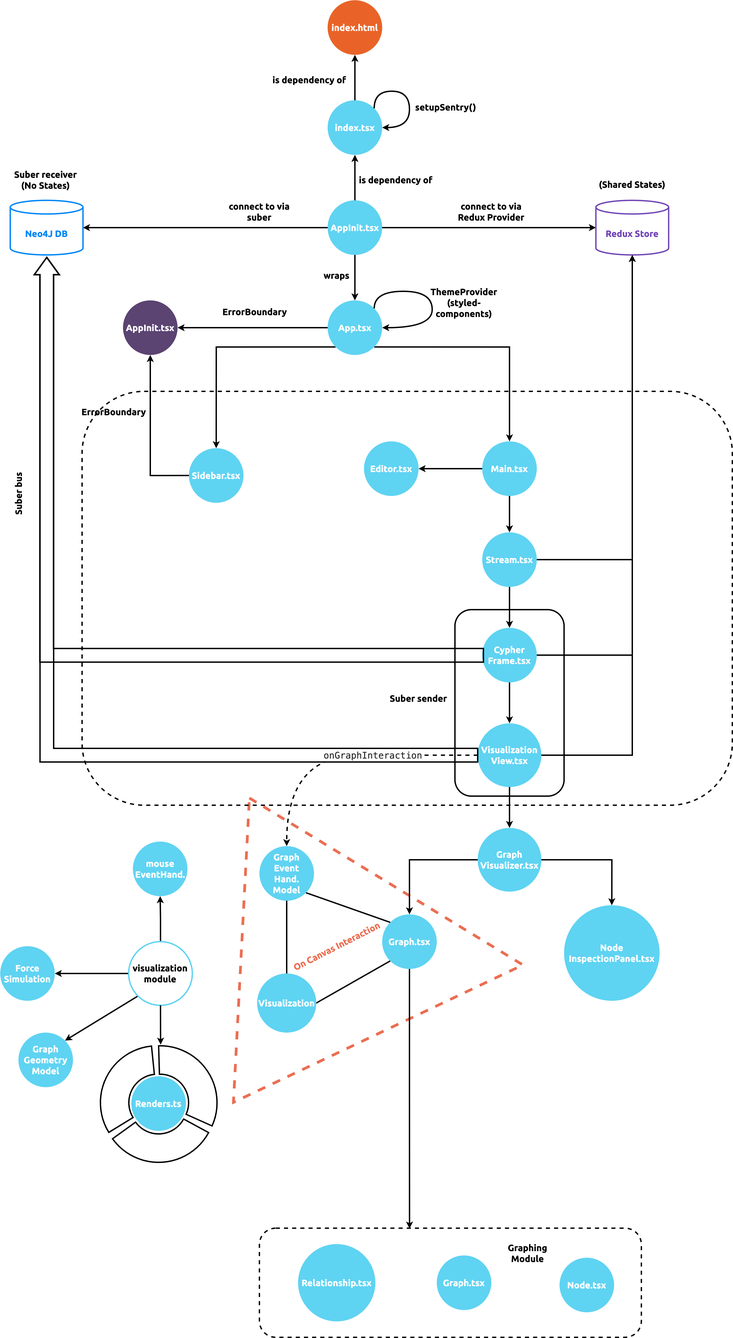
This is docs/modules/ROOT/images/neo4j-browser.png from QubitPi/neo4j-browser, a draw.io export, as it was before one commit. Source tidied: cells renumbered, new cells last; positions are measured from the earlier drawing's top-left corner, leaving out a move shared by most shapes.
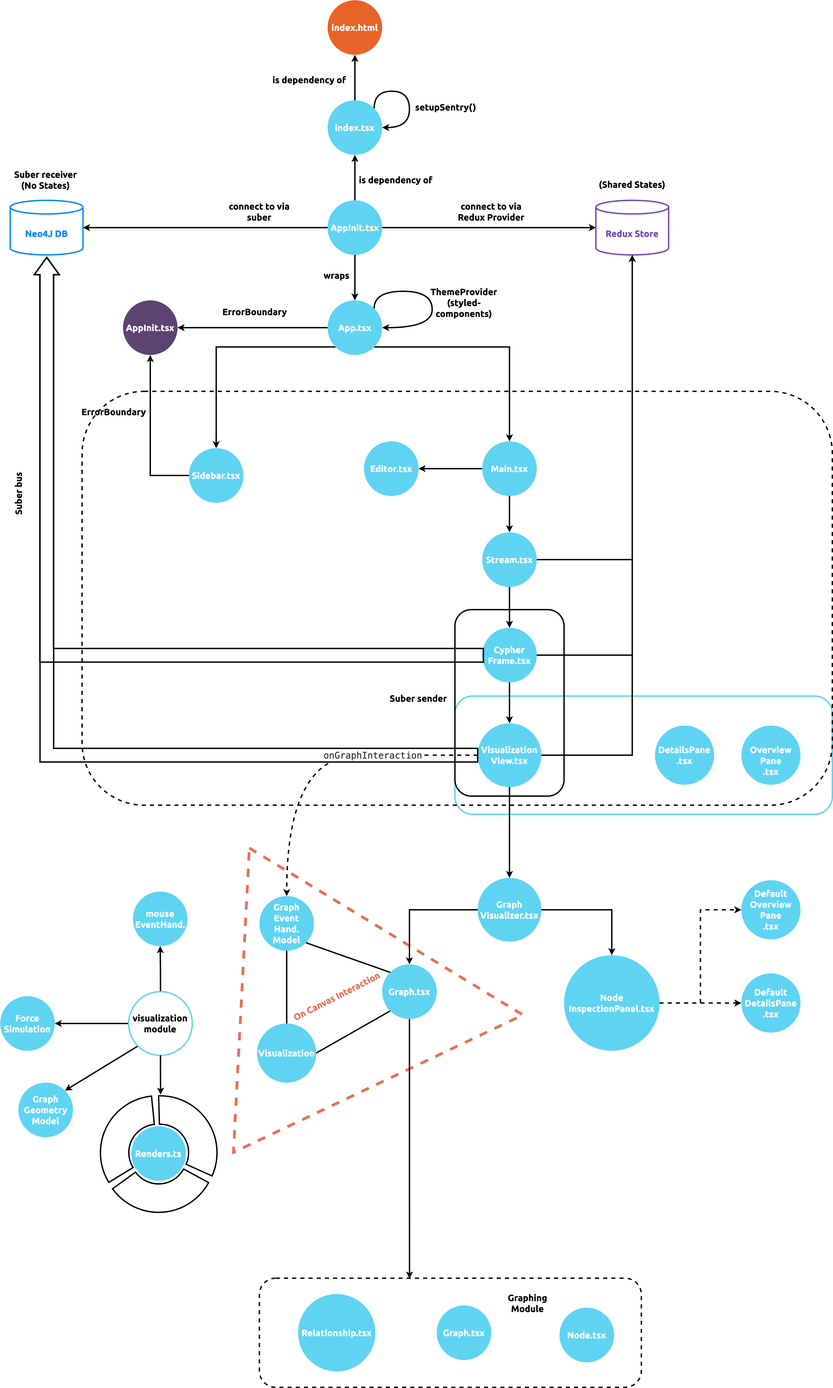
Later version of the same file.

Change to the diagram source:
```diff
@@ -2,17 +2,23 @@
   <root>
     <mxCell id="0" />
     <mxCell id="1" parent="0" />
+    <mxCell id="85" style="rounded=1;whiteSpace=wrap;html=1;fillColor=none;strokeColor=#5FD3F2;strokeWidth=3;" parent="1" vertex="1">
+      <mxGeometry x="1050" y="1530" width="830" height="260" as="geometry" />
+    </mxCell>
+    <mxCell id="83" style="rounded=1;whiteSpace=wrap;html=1;fillColor=none;strokeWidth=3;" parent="1" vertex="1">
+      <mxGeometry x="1050" y="1340" width="240" height="410" as="geometry" />
+    </mxCell>
     <mxCell id="2" style="triangle;whiteSpace=wrap;html=1;fillColor=none;dashed=1;strokeWidth=6;strokeColor=#EB6E52;rotation=3;" parent="1" vertex="1">
-      <mxGeometry x="580" y="1770" width="620" height="670" as="geometry" />
+      <mxGeometry x="580" y="1880" width="620" height="670" as="geometry" />
     </mxCell>
     <mxCell id="3" style="rounded=1;whiteSpace=wrap;html=1;fillColor=none;strokeWidth=3;dashed=1;" parent="1" vertex="1">
-      <mxGeometry x="620" y="2700" width="840" height="240" as="geometry" />
+      <mxGeometry x="620" y="2810" width="840" height="240" as="geometry" />
     </mxCell>
     <mxCell id="4" style="rounded=1;whiteSpace=wrap;html=1;fillColor=none;strokeWidth=3;dashed=1;" parent="1" vertex="1">
-      <mxGeometry x="230" y="860" width="1430" height="910" as="geometry" />
+      <mxGeometry x="230" y="860" width="1650" height="910" as="geometry" />
     </mxCell>
     <mxCell id="5" value="&lt;font size=&quot;1&quot; face=&quot;Ubuntu&quot;&gt;&lt;b style=&quot;font-size: 20px;&quot;&gt;Graphing Module&lt;/b&gt;&lt;/font&gt;" style="text;html=1;strokeColor=none;fillColor=none;align=center;verticalAlign=middle;whiteSpace=wrap;rounded=0;" parent="1" vertex="1">
-      <mxGeometry x="1180" y="2740" width="60" height="30" as="geometry" />
+      <mxGeometry x="1180" y="2850" width="60" height="30" as="geometry" />
     </mxCell>
     <mxCell id="6" style="edgeStyle=orthogonalEdgeStyle;rounded=0;jettySize=auto;html=1;exitX=0.5;exitY=1;exitDx=0;exitDy=0;strokeWidth=3;startArrow=classic;startFill=1;endArrow=none;endFill=0;" parent="1" edge="1" source="7" target="8">
       <mxGeometry relative="1" as="geometry" />
@@ -159,25 +165,31 @@
       <mxGeometry relative="1" as="geometry" />
     </mxCell>
     <mxCell id="50" value="&lt;font color=&quot;#ffffff&quot; style=&quot;font-size: 20px;&quot; face=&quot;Ubuntu&quot;&gt;&lt;b&gt;Graph&lt;br&gt;Visualizer.tsx&lt;/b&gt;&lt;/font&gt;" style="ellipse;whiteSpace=wrap;html=1;strokeColor=none;fillColor=#5FD3F2;" parent="1" vertex="1">
-      <mxGeometry x="1100" y="1820" width="140" height="140" as="geometry" />
+      <mxGeometry x="1100" y="1930" width="140" height="140" as="geometry" />
     </mxCell>
     <mxCell id="51" style="edgeStyle=orthogonalEdgeStyle;rounded=0;jettySize=auto;html=1;exitX=0.5;exitY=1;exitDx=0;exitDy=0;entryX=0.393;entryY=0.004;entryDx=0;entryDy=0;entryPerimeter=0;strokeWidth=3;" parent="1" edge="1" source="52" target="3">
       <mxGeometry relative="1" as="geometry" />
     </mxCell>
     <mxCell id="52" value="&lt;b style=&quot;border-color: var(--border-color); color: rgb(255, 255, 255); font-family: Ubuntu; font-size: 20px;&quot;&gt;Graph.tsx&lt;/b&gt;" style="ellipse;whiteSpace=wrap;html=1;strokeColor=none;fillColor=#5FD3F2;" parent="1" vertex="1">
-      <mxGeometry x="890" y="2010" width="120" height="120" as="geometry" />
+      <mxGeometry x="890" y="2120" width="120" height="120" as="geometry" />
     </mxCell>
+    <mxCell id="86" style="edgeStyle=orthogonalEdgeStyle;rounded=0;jettySize=auto;html=1;exitX=1;exitY=0.5;exitDx=0;exitDy=0;entryX=0;entryY=0.5;entryDx=0;entryDy=0;strokeWidth=3;dashed=1;" parent="1" edge="1" source="53" target="90">
+      <mxGeometry relative="1" as="geometry" />
+    </mxCell>
+    <mxCell id="87" style="edgeStyle=orthogonalEdgeStyle;rounded=0;jettySize=auto;html=1;strokeWidth=3;dashed=1;" parent="1" edge="1" source="53" target="89">
+      <mxGeometry relative="1" as="geometry" />
+    </mxCell>
     <mxCell id="53" value="&lt;font color=&quot;#ffffff&quot; style=&quot;font-size: 20px;&quot; face=&quot;Ubuntu&quot;&gt;&lt;b&gt;Node&lt;br&gt;InspectionPanel.tsx&lt;/b&gt;&lt;/font&gt;" style="ellipse;whiteSpace=wrap;html=1;strokeColor=none;fillColor=#5FD3F2;" parent="1" vertex="1">
-      <mxGeometry x="1290" y="1990" width="210" height="210" as="geometry" />
+      <mxGeometry x="1290" y="2100" width="210" height="210" as="geometry" />
     </mxCell>
     <mxCell id="54" value="&lt;font color=&quot;#ffffff&quot; style=&quot;font-size: 20px;&quot; face=&quot;Ubuntu&quot;&gt;&lt;b&gt;Relationship.tsx&lt;/b&gt;&lt;/font&gt;" style="ellipse;whiteSpace=wrap;html=1;strokeColor=none;fillColor=#5FD3F2;" parent="1" vertex="1">
-      <mxGeometry x="705" y="2735" width="170" height="170" as="geometry" />
+      <mxGeometry x="705" y="2845" width="170" height="170" as="geometry" />
     </mxCell>
     <mxCell id="55" value="&lt;font color=&quot;#ffffff&quot; style=&quot;font-size: 20px;&quot; face=&quot;Ubuntu&quot;&gt;&lt;b&gt;Graph.tsx&lt;/b&gt;&lt;/font&gt;" style="ellipse;whiteSpace=wrap;html=1;strokeColor=none;fillColor=#5FD3F2;" parent="1" vertex="1">
-      <mxGeometry x="1010" y="2760" width="120" height="120" as="geometry" />
+      <mxGeometry x="1010" y="2870" width="120" height="120" as="geometry" />
     </mxCell>
     <mxCell id="56" value="&lt;font color=&quot;#ffffff&quot; style=&quot;font-size: 20px;&quot; face=&quot;Ubuntu&quot;&gt;&lt;b&gt;Node.tsx&lt;/b&gt;&lt;/font&gt;" style="ellipse;whiteSpace=wrap;html=1;strokeColor=none;fillColor=#5FD3F2;" parent="1" vertex="1">
-      <mxGeometry x="1280" y="2765" width="120" height="120" as="geometry" />
+      <mxGeometry x="1280" y="2875" width="120" height="120" as="geometry" />
     </mxCell>
     <mxCell id="57" style="rounded=0;jettySize=auto;html=1;strokeWidth=3;" parent="1" edge="1" source="60" target="65">
       <mxGeometry relative="1" as="geometry" />
@@ -189,28 +201,28 @@
       <mxGeometry relative="1" as="geometry" />
     </mxCell>
     <mxCell id="60" value="&lt;font face=&quot;Ubuntu&quot;&gt;&lt;span style=&quot;font-size: 20px;&quot;&gt;&lt;b style=&quot;&quot;&gt;visualization module&lt;/b&gt;&lt;/span&gt;&lt;/font&gt;" style="ellipse;whiteSpace=wrap;html=1;strokeColor=#5FD3F2;fillColor=none;gradientColor=none;strokeWidth=3;" parent="1" vertex="1">
-      <mxGeometry x="332.4" y="2070" width="140" height="140" as="geometry" />
+      <mxGeometry x="332.4" y="2180" width="140" height="140" as="geometry" />
     </mxCell>
     <mxCell id="61" style="verticalLabelPosition=bottom;verticalAlign=top;html=1;shape=mxgraph.basic.donut;dx=0;strokeColor=none;fillColor=#10739E;fontSize=10;align=center;fillOpacity=20;strokeWidth=4;" parent="1" vertex="1">
-      <mxGeometry x="710" y="2030" width="100" height="100" as="geometry" />
+      <mxGeometry x="710" y="2140" width="100" height="100" as="geometry" />
     </mxCell>
     <mxCell id="62" style="verticalLabelPosition=bottom;verticalAlign=top;html=1;shape=mxgraph.basic.partConcEllipse;startAngle=0.30120819117478337;endAngle=0.6226935680937278;arcWidth=0.5;rotation=10;strokeWidth=3;" parent="1" vertex="1">
-      <mxGeometry x="273.3" y="2305.3" width="250" height="250" as="geometry" />
+      <mxGeometry x="273.3" y="2415.3" width="250" height="250" as="geometry" />
     </mxCell>
     <mxCell id="63" style="verticalLabelPosition=bottom;verticalAlign=top;html=1;shape=mxgraph.basic.partConcEllipse;startAngle=0.30120819117478337;endAngle=0.6226935680937278;arcWidth=0.5;rotation=-110;strokeWidth=3;" parent="1" vertex="1">
-      <mxGeometry x="276.8" y="2299" width="250" height="250" as="geometry" />
+      <mxGeometry x="276.8" y="2409" width="250" height="250" as="geometry" />
     </mxCell>
     <mxCell id="64" style="edgeStyle=orthogonalEdgeStyle;rounded=0;jettySize=auto;html=1;exitX=0.5;exitY=1;exitDx=0;exitDy=0;entryX=0.978;entryY=0.678;entryDx=0;entryDy=0;entryPerimeter=0;strokeWidth=3;" parent="1" edge="1" source="60" target="63">
       <mxGeometry relative="1" as="geometry" />
     </mxCell>
     <mxCell id="65" value="&lt;b style=&quot;border-color: var(--border-color); color: rgb(255, 255, 255); font-family: Ubuntu; font-size: 20px;&quot;&gt;Force&lt;br&gt;Simulation&lt;br&gt;&lt;/b&gt;" style="ellipse;whiteSpace=wrap;html=1;strokeColor=none;fillColor=#5FD3F2;" parent="1" vertex="1">
-      <mxGeometry x="50" y="2080" width="120" height="120" as="geometry" />
+      <mxGeometry x="50" y="2190" width="120" height="120" as="geometry" />
     </mxCell>
     <mxCell id="66" value="&lt;b style=&quot;border-color: var(--border-color); color: rgb(255, 255, 255); font-family: Ubuntu; font-size: 20px;&quot;&gt;Graph&lt;br&gt;Geometry&lt;br&gt;Model&lt;br&gt;&lt;/b&gt;" style="ellipse;whiteSpace=wrap;html=1;strokeColor=none;fillColor=#5FD3F2;" parent="1" vertex="1">
-      <mxGeometry x="90" y="2270" width="120" height="120" as="geometry" />
+      <mxGeometry x="90" y="2380" width="120" height="120" as="geometry" />
     </mxCell>
     <mxCell id="67" value="&lt;b style=&quot;border-color: var(--border-color); color: rgb(255, 255, 255); font-family: Ubuntu; font-size: 20px;&quot;&gt;mouse&lt;br&gt;EventHand.&lt;br&gt;&lt;/b&gt;" style="ellipse;whiteSpace=wrap;html=1;strokeColor=none;fillColor=#5FD3F2;" parent="1" vertex="1">
-      <mxGeometry x="341.8" y="1850" width="120" height="120" as="geometry" />
+      <mxGeometry x="341.8" y="1960" width="120" height="120" as="geometry" />
     </mxCell>
     <mxCell id="68" style="rounded=0;jettySize=auto;html=1;exitX=1;exitY=1;exitDx=0;exitDy=0;entryX=0;entryY=0;entryDx=0;entryDy=0;endArrow=none;endFill=0;strokeWidth=3;" parent="1" edge="1" source="70" target="52">
       <mxGeometry relative="1" as="geometry" />
@@ -219,13 +231,13 @@
       <mxGeometry relative="1" as="geometry" />
     </mxCell>
     <mxCell id="70" value="&lt;b style=&quot;border-color: var(--border-color); color: rgb(255, 255, 255); font-family: Ubuntu; font-size: 20px;&quot;&gt;Graph&lt;br&gt;Event&lt;br&gt;Hand.&lt;br&gt;Model&lt;br&gt;&lt;/b&gt;" style="ellipse;whiteSpace=wrap;html=1;strokeColor=none;fillColor=#5FD3F2;" parent="1" vertex="1">
-      <mxGeometry x="620" y="1860" width="120" height="120" as="geometry" />
+      <mxGeometry x="620" y="1970" width="120" height="120" as="geometry" />
     </mxCell>
     <mxCell id="71" style="rounded=0;jettySize=auto;html=1;exitX=1;exitY=0.5;exitDx=0;exitDy=0;entryX=0;entryY=1;entryDx=0;entryDy=0;strokeWidth=3;endArrow=none;endFill=0;" parent="1" edge="1" source="72" target="52">
       <mxGeometry relative="1" as="geometry" />
     </mxCell>
     <mxCell id="72" value="&lt;b style=&quot;border-color: var(--border-color); color: rgb(255, 255, 255); font-family: Ubuntu; font-size: 20px;&quot;&gt;Visualization&lt;br&gt;&lt;/b&gt;" style="ellipse;whiteSpace=wrap;html=1;strokeColor=none;fillColor=#5FD3F2;" parent="1" vertex="1">
-      <mxGeometry x="615" y="2140" width="130" height="130" as="geometry" />
+      <mxGeometry x="615" y="2250" width="130" height="130" as="geometry" />
     </mxCell>
     <mxCell id="73" style="edgeStyle=orthogonalEdgeStyle;rounded=0;jettySize=auto;html=1;exitX=0;exitY=0.5;exitDx=0;exitDy=0;dashed=1;strokeWidth=3;curved=1;" parent="1" edge="1" source="47" target="74">
       <mxGeometry relative="1" as="geometry" />
@@ -234,13 +246,13 @@
       <mxGeometry x="840" y="1645" width="60" height="30" as="geometry" />
     </mxCell>
     <mxCell id="75" value="&lt;font face=&quot;Ubuntu&quot; color=&quot;#ffffff&quot;&gt;&lt;span style=&quot;font-size: 20px;&quot;&gt;&lt;b&gt;Renders.ts&lt;br&gt;&lt;/b&gt;&lt;/span&gt;&lt;/font&gt;" style="ellipse;whiteSpace=wrap;html=1;strokeColor=none;fillColor=#5FD3F2;" parent="1" vertex="1">
-      <mxGeometry x="338.3" y="2366" width="120" height="120" as="geometry" />
+      <mxGeometry x="338.3" y="2476" width="120" height="120" as="geometry" />
     </mxCell>
     <mxCell id="76" style="verticalLabelPosition=bottom;verticalAlign=top;html=1;shape=mxgraph.basic.partConcEllipse;startAngle=0.30120819117478337;endAngle=0.6226935680937278;arcWidth=0.5;rotation=130;strokeWidth=3;" parent="1" vertex="1">
-      <mxGeometry x="270.3" y="2299" width="250" height="250" as="geometry" />
+      <mxGeometry x="270.3" y="2409" width="250" height="250" as="geometry" />
     </mxCell>
     <mxCell id="77" value="&lt;font size=&quot;1&quot; face=&quot;Ubuntu&quot; color=&quot;#eb6e52&quot;&gt;&lt;b style=&quot;font-size: 20px;&quot;&gt;On Canvas Interaction&lt;/b&gt;&lt;/font&gt;" style="text;html=1;strokeColor=none;fillColor=none;align=center;verticalAlign=middle;whiteSpace=wrap;rounded=0;rotation=333;" parent="1" vertex="1">
-      <mxGeometry x="670" y="2065" width="240" height="30" as="geometry" />
+      <mxGeometry x="670" y="2175" width="240" height="30" as="geometry" />
     </mxCell>
     <mxCell id="78" value="&lt;font face=&quot;Ubuntu&quot;&gt;&lt;span style=&quot;font-size: 20px;&quot;&gt;&lt;b&gt;(Shared States)&lt;/b&gt;&lt;/span&gt;&lt;/font&gt;" style="text;html=1;strokeColor=none;fillColor=none;align=center;verticalAlign=middle;whiteSpace=wrap;rounded=0;" parent="1" vertex="1">
       <mxGeometry x="1350" y="390" width="180" height="30" as="geometry" />
@@ -257,11 +269,20 @@
     <mxCell id="82" value="&lt;font face=&quot;Ubuntu&quot;&gt;&lt;span style=&quot;font-size: 20px;&quot;&gt;&lt;b&gt;Suber receiver&lt;br&gt;(No States)&lt;br&gt;&lt;/b&gt;&lt;/span&gt;&lt;/font&gt;" style="text;html=1;strokeColor=none;fillColor=none;align=center;verticalAlign=middle;whiteSpace=wrap;rounded=0;rotation=0;" parent="1" vertex="1">
       <mxGeometry x="60" y="380" width="180" height="30" as="geometry" />
     </mxCell>
-    <mxCell id="83" style="rounded=1;whiteSpace=wrap;html=1;fillColor=none;strokeWidth=3;" parent="1" vertex="1">
-      <mxGeometry x="1050" y="1340" width="240" height="410" as="geometry" />
-    </mxCell>
     <mxCell id="84" value="&lt;font face=&quot;Ubuntu&quot;&gt;&lt;span style=&quot;font-size: 20px;&quot;&gt;&lt;b&gt;Suber sender&lt;br&gt;&lt;/b&gt;&lt;/span&gt;&lt;/font&gt;" style="text;html=1;strokeColor=none;fillColor=none;align=center;verticalAlign=middle;whiteSpace=wrap;rounded=0;rotation=0;" parent="1" vertex="1">
       <mxGeometry x="880" y="1520" width="180" height="30" as="geometry" />
     </mxCell>
+    <mxCell id="88" value="&lt;font face=&quot;Ubuntu&quot; color=&quot;#ffffff&quot;&gt;&lt;span style=&quot;font-size: 20px;&quot;&gt;&lt;b&gt;DetailsPane&lt;br&gt;.tsx&lt;/b&gt;&lt;/span&gt;&lt;/font&gt;" style="ellipse;whiteSpace=wrap;html=1;strokeColor=none;fillColor=#5FD3F2;" parent="1" vertex="1">
+      <mxGeometry x="1490" y="1595" width="130" height="130" as="geometry" />
+    </mxCell>
+    <mxCell id="89" value="&lt;font face=&quot;Ubuntu&quot; color=&quot;#ffffff&quot;&gt;&lt;span style=&quot;font-size: 20px;&quot;&gt;&lt;b&gt;Default&lt;br&gt;DetailsPane&lt;br&gt;.tsx&lt;/b&gt;&lt;/span&gt;&lt;/font&gt;" style="ellipse;whiteSpace=wrap;html=1;strokeColor=none;fillColor=#5FD3F2;" parent="1" vertex="1">
+      <mxGeometry x="1680" y="2140" width="130" height="130" as="geometry" />
+    </mxCell>
+    <mxCell id="90" value="&lt;font face=&quot;Ubuntu&quot; color=&quot;#ffffff&quot;&gt;&lt;span style=&quot;font-size: 20px;&quot;&gt;&lt;b&gt;Default&lt;br&gt;Overview&lt;br&gt;Pane&lt;br&gt;.tsx&lt;/b&gt;&lt;/span&gt;&lt;/font&gt;" style="ellipse;whiteSpace=wrap;html=1;strokeColor=none;fillColor=#5FD3F2;" parent="1" vertex="1">
+      <mxGeometry x="1680" y="1935" width="130" height="130" as="geometry" />
+    </mxCell>
+    <mxCell id="91" value="&lt;font face=&quot;Ubuntu&quot; color=&quot;#ffffff&quot;&gt;&lt;span style=&quot;font-size: 20px;&quot;&gt;&lt;b&gt;&lt;br&gt;Overview&lt;br&gt;Pane&lt;br&gt;.tsx&lt;/b&gt;&lt;/span&gt;&lt;/font&gt;" style="ellipse;whiteSpace=wrap;html=1;strokeColor=none;fillColor=#5FD3F2;" parent="1" vertex="1">
+      <mxGeometry x="1680" y="1595" width="130" height="130" as="geometry" />
+    </mxCell>
   </root>
 </mxGraphModel>
```
